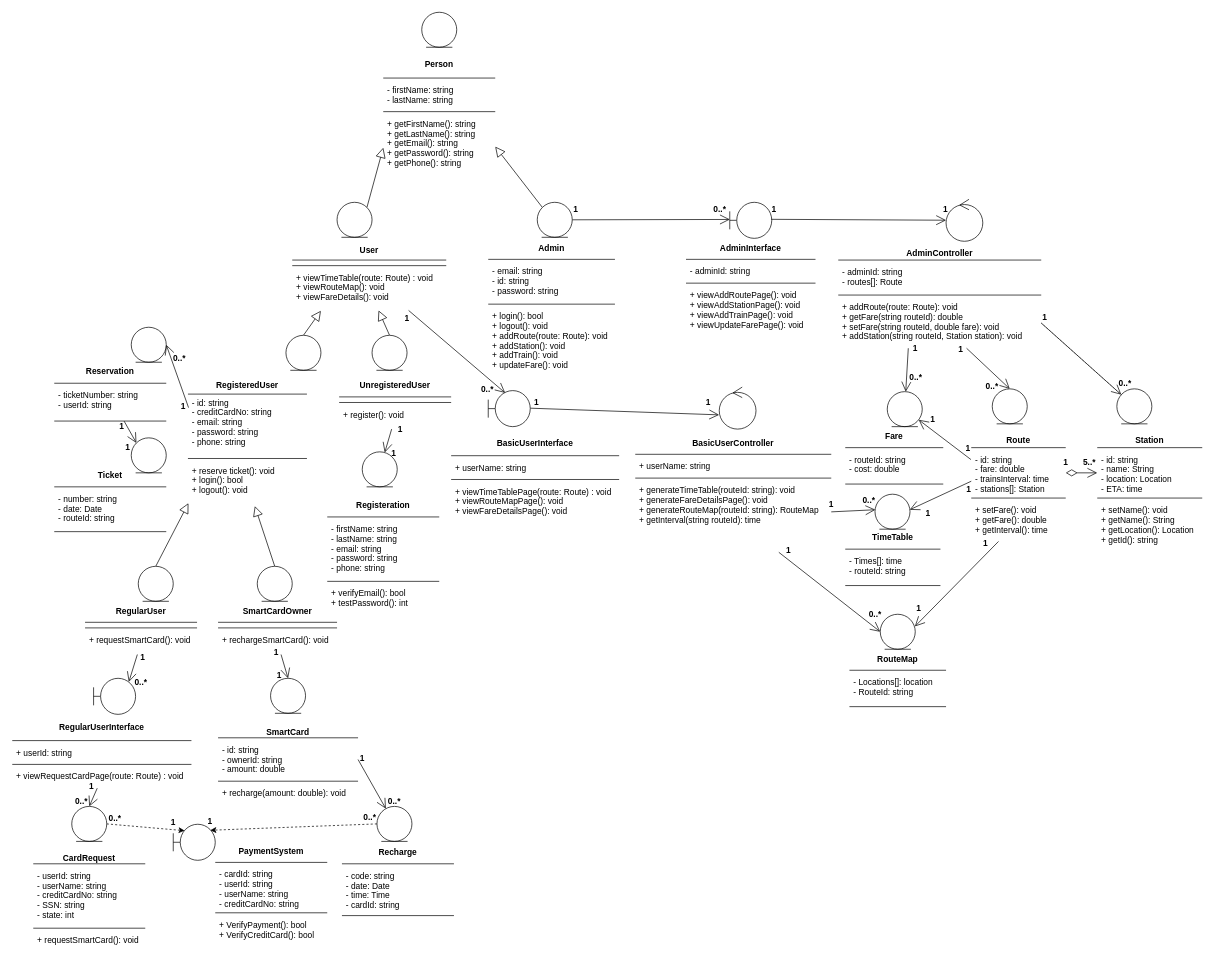
The draw.io diagram ClassDiagram.drawio in yusufnasserdev/Railway-Station-System, before the edit. Source tidied: cells renumbered, new cells numbered last; positions are measured from the earlier drawing's top-left corner, leaving out a move shared by most shapes. Both pictures are drawn from the tidied source at 70%, with x=0, y=0 at pixel (12, 12).
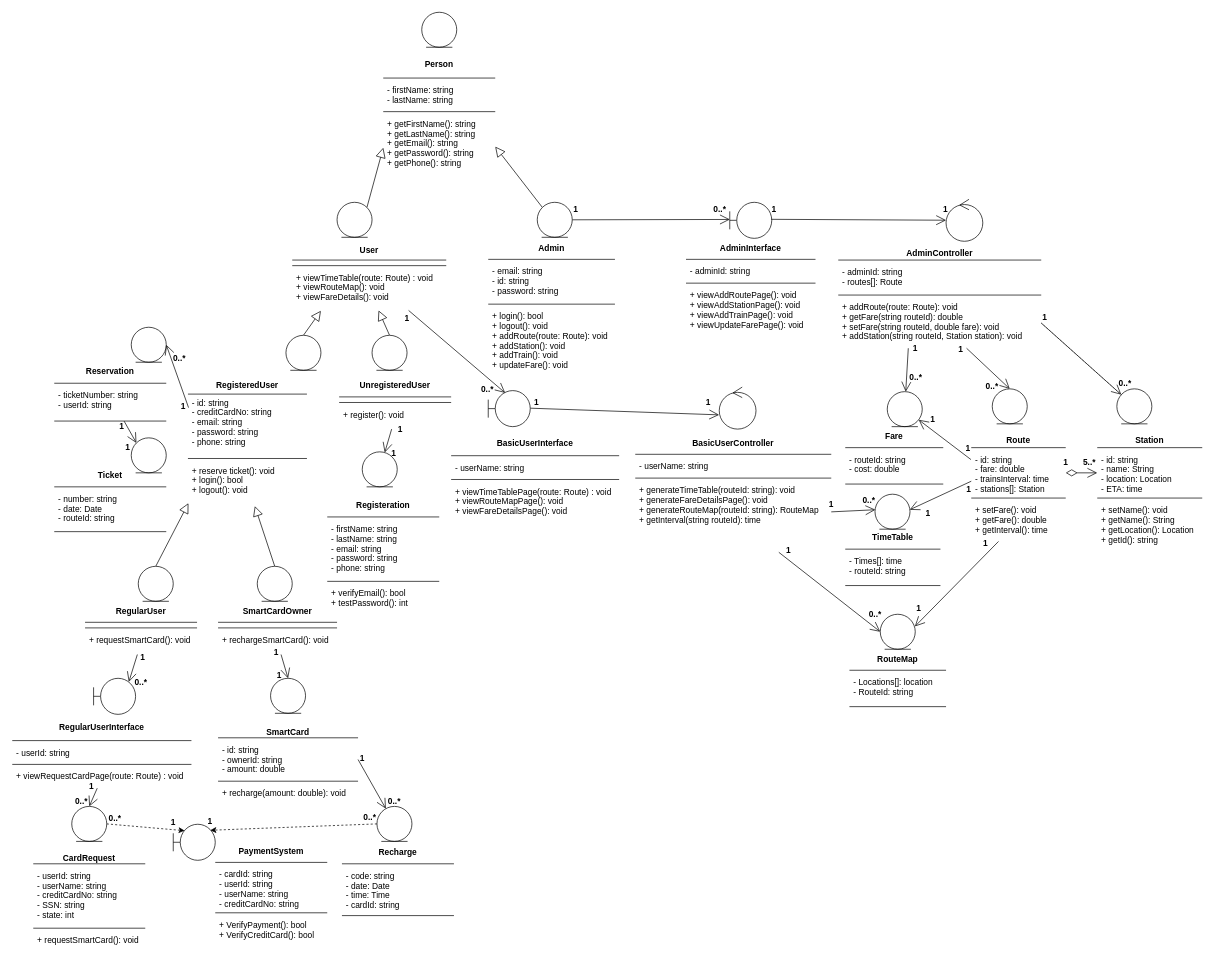
The same diagram, later.

Commit message:
Modify visibility in some entities

The change refers to these unchanged cells:
```xml
<mxCell id="98" value="BasicUserInterface" style="swimlane;fontStyle=1;align=center;verticalAlign=top;horizontal=1;startSize=28;fillColor=none;strokeColor=none;" parent="1" vertex="1">
  <mxGeometry x="627" y="601.5" width="240" height="126" as="geometry" />
</mxCell>
<mxCell id="114" value="BasicUserController" style="swimlane;fontStyle=1;align=center;verticalAlign=top;horizontal=1;startSize=26;strokeColor=none;fillColor=none;" parent="1" vertex="1">
  <mxGeometry x="890" y="601.5" width="280" height="170" as="geometry" />
</mxCell>
<mxCell id="136" value="RegularUserInterface" style="swimlane;fontStyle=1;align=center;verticalAlign=top;horizontal=1;startSize=28;fillColor=none;strokeColor=none;" parent="1" vertex="1">
  <mxGeometry y="1008.5" width="256" height="100" as="geometry" />
</mxCell>
```

The edit, as a diff of the source:
```diff
@@
-    <mxCell id="100" value="+ userName: string" style="text;strokeColor=none;fillColor=none;align=left;verticalAlign=top;spacingLeft=4;spacingRight=4;overflow=hidden;" parent="98" vertex="1">
+    <mxCell id="100" value="- userName: string" style="text;strokeColor=none;fillColor=none;align=left;verticalAlign=top;spacingLeft=4;spacingRight=4;overflow=hidden;" parent="98" vertex="1">
       <mxGeometry y="36" width="240" height="26" as="geometry" />
     </mxCell>
@@
-    <mxCell id="116" value="+ userName: string" style="text;strokeColor=none;fillColor=none;align=left;verticalAlign=top;spacingLeft=4;spacingRight=4;overflow=hidden;" parent="114" vertex="1">
+    <mxCell id="116" value="- userName: string" style="text;strokeColor=none;fillColor=none;align=left;verticalAlign=top;spacingLeft=4;spacingRight=4;overflow=hidden;" parent="114" vertex="1">
       <mxGeometry y="34" width="280" height="26" as="geometry" />
     </mxCell>
@@
-    <mxCell id="138" value="+ userId: string" style="text;strokeColor=none;fillColor=none;align=left;verticalAlign=top;spacingLeft=4;spacingRight=4;overflow=hidden;" parent="136" vertex="1">
+    <mxCell id="138" value="- userId: string" style="text;strokeColor=none;fillColor=none;align=left;verticalAlign=top;spacingLeft=4;spacingRight=4;overflow=hidden;" parent="136" vertex="1">
       <mxGeometry y="36" width="256" height="26" as="geometry" />
     </mxCell>
```
